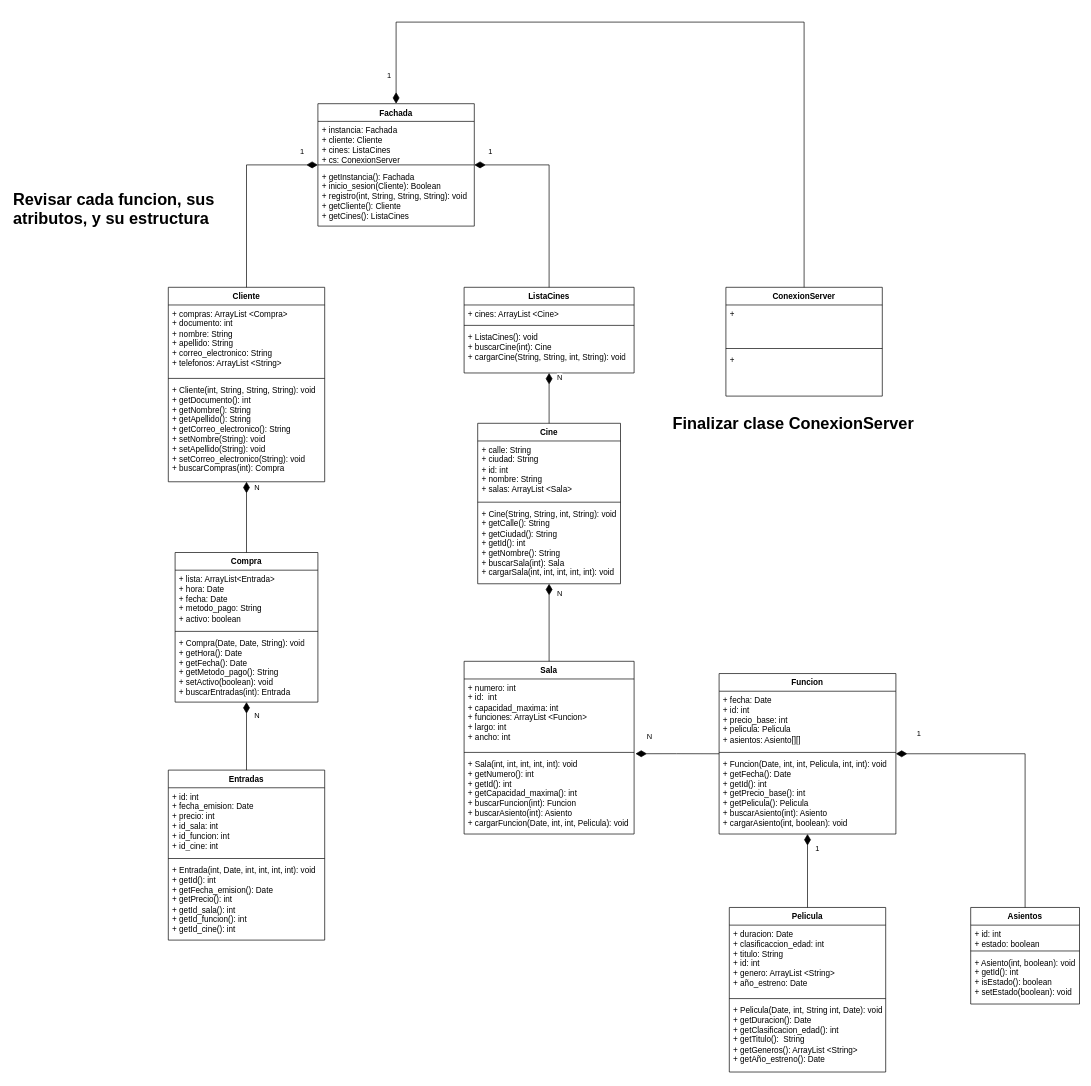
Above: Proyecto_UML.drawio in nXD643/Projecto-Final-Cine (draw.io), before the change. Source tidied: cells renumbered, new cells numbered last; positions are measured from the earlier drawing's top-left corner, leaving out a move shared by most shapes. Both pictures are drawn from the tidied source at 68%, with x=0, y=0 at pixel (12, 22).
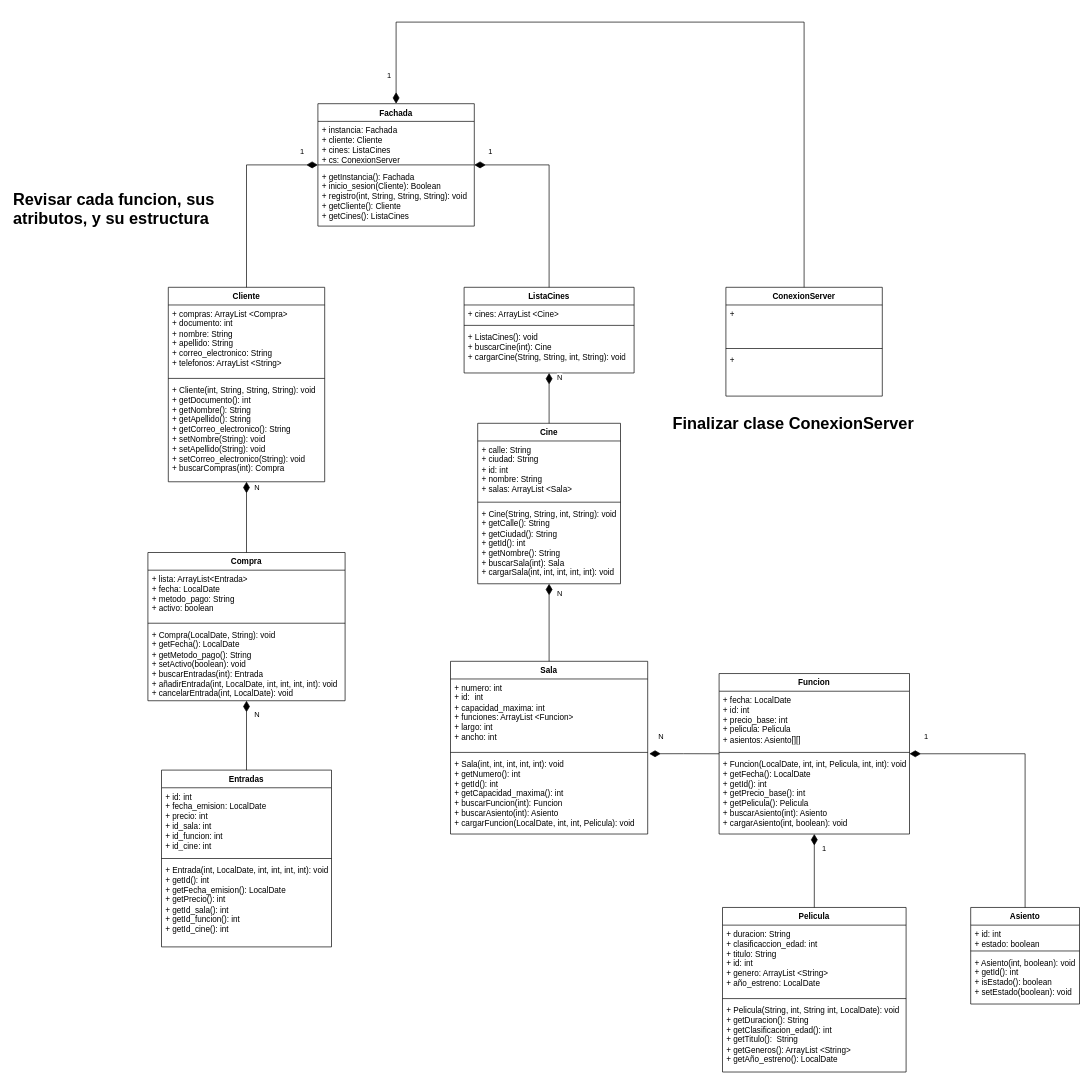
Above is the later version.

Commit message (it also covers changes not shown here):
Se agregan las las clases de la aplicacion para el usuario y se modifica el der y er

Diff of the diagram source:
```diff
@@
     <mxCell id="14" value="Sala" style="swimlane;fontStyle=1;align=center;verticalAlign=top;horizontal=1;startSize=26;whiteSpace=wrap;html=1;" parent="1" vertex="1">
-      <mxGeometry x="665" y="940" width="250" height="254" as="geometry" />
+      <mxGeometry x="645" y="940" width="290" height="254" as="geometry" />
     </mxCell>
     <mxCell id="15" value="+ numero: int&lt;div&gt;+ id:&amp;nbsp; int&lt;/div&gt;&lt;div&gt;+ capacidad_maxima: int&lt;/div&gt;&lt;div&gt;+ funciones: ArrayList &amp;lt;Funcion&amp;gt;&lt;/div&gt;&lt;div&gt;+ largo: int&lt;/div&gt;&lt;div&gt;+ ancho: int&lt;/div&gt;" style="text;strokeColor=none;fillColor=none;align=left;verticalAlign=top;spacingLeft=4;spacingRight=4;overflow=hidden;whiteSpace=wrap;html=1;" parent="14" vertex="1">
-      <mxGeometry y="26" width="250" height="104" as="geometry" />
+      <mxGeometry y="26" width="290" height="104" as="geometry" />
     </mxCell>
     <mxCell id="16" style="line;strokeWidth=1;fillColor=none;align=left;verticalAlign=middle;spacingTop=-1;spacingLeft=3;spacingRight=3;labelPosition=right;strokeColor=inherit;" parent="14" vertex="1">
-      <mxGeometry y="130" width="250" height="8" as="geometry" />
+      <mxGeometry y="130" width="290" height="8" as="geometry" />
     </mxCell>
-    <mxCell id="17" value="+ Sala(int, int, int, int, int): void&lt;div&gt;+ getNumero(): int&lt;/div&gt;&lt;div&gt;+ getId(): int&lt;/div&gt;&lt;div&gt;+ getCapacidad_maxima(): int&lt;/div&gt;&lt;div&gt;+ buscarFuncion(int): Funcion&lt;/div&gt;&lt;div&gt;+ buscarAsiento(int): Asiento&lt;/div&gt;&lt;div&gt;+ cargarFuncion(Date, int, int, Pelicula): void&lt;/div&gt;" style="text;strokeColor=none;fillColor=none;align=left;verticalAlign=top;spacingLeft=4;spacingRight=4;overflow=hidden;points=[[0,0.5],[1,0.5]];portConstraint=eastwest;whiteSpace=wrap;html=1;" parent="14" vertex="1">
-      <mxGeometry y="138" width="250" height="116" as="geometry" />
+    <mxCell id="17" value="+ Sala(int, int, int, int, int): void&lt;div&gt;+ getNumero(): int&lt;/div&gt;&lt;div&gt;+ getId(): int&lt;/div&gt;&lt;div&gt;+ getCapacidad_maxima(): int&lt;/div&gt;&lt;div&gt;+ buscarFuncion(int): Funcion&lt;/div&gt;&lt;div&gt;+ buscarAsiento(int): Asiento&lt;/div&gt;&lt;div&gt;+ cargarFuncion(LocalDate, int, int, Pelicula): void&lt;/div&gt;" style="text;strokeColor=none;fillColor=none;align=left;verticalAlign=top;spacingLeft=4;spacingRight=4;overflow=hidden;points=[[0,0.5],[1,0.5]];portConstraint=eastwest;whiteSpace=wrap;html=1;" parent="14" vertex="1">
+      <mxGeometry y="138" width="290" height="116" as="geometry" />
     </mxCell>
     <mxCell id="18" value="Funcion" style="swimlane;fontStyle=1;align=center;verticalAlign=top;horizontal=1;startSize=26;whiteSpace=wrap;html=1;" parent="1" vertex="1">
-      <mxGeometry x="1040" y="958" width="260" height="236" as="geometry" />
+      <mxGeometry x="1040" y="958" width="280" height="236" as="geometry" />
     </mxCell>
-    <mxCell id="19" value="+ fecha: Date&lt;div&gt;+ id: int&lt;/div&gt;&lt;div&gt;+ precio_base: int&lt;/div&gt;&lt;div&gt;+ pelicula: Pelicula&lt;/div&gt;&lt;div&gt;+ asientos: Asiento[][]&lt;/div&gt;" style="text;strokeColor=none;fillColor=none;align=left;verticalAlign=top;spacingLeft=4;spacingRight=4;overflow=hidden;whiteSpace=wrap;html=1;" parent="18" vertex="1">
-      <mxGeometry y="26" width="260" height="86" as="geometry" />
+    <mxCell id="19" value="+ fecha: LocalDate&lt;div&gt;+ id: int&lt;/div&gt;&lt;div&gt;+ precio_base: int&lt;/div&gt;&lt;div&gt;+ pelicula: Pelicula&lt;/div&gt;&lt;div&gt;+ asientos: Asiento[][]&lt;/div&gt;" style="text;strokeColor=none;fillColor=none;align=left;verticalAlign=top;spacingLeft=4;spacingRight=4;overflow=hidden;whiteSpace=wrap;html=1;" parent="18" vertex="1">
+      <mxGeometry y="26" width="280" height="86" as="geometry" />
     </mxCell>
     <mxCell id="20" style="line;strokeWidth=1;fillColor=none;align=left;verticalAlign=middle;spacingTop=-1;spacingLeft=3;spacingRight=3;labelPosition=right;strokeColor=inherit;" parent="18" vertex="1">
-      <mxGeometry y="112" width="260" height="8" as="geometry" />
+      <mxGeometry y="112" width="280" height="8" as="geometry" />
     </mxCell>
-    <mxCell id="21" value="+ Funcion(Date, int, int, Pelicula, int, int): void&lt;div&gt;+ getFecha(): Date&lt;/div&gt;&lt;div&gt;+ getId(): int&lt;/div&gt;&lt;div&gt;+ getPrecio_base(): int&lt;/div&gt;&lt;div&gt;+ getPelicula(): Pelicula&lt;/div&gt;&lt;div&gt;+ buscarAsiento(int): Asiento&lt;/div&gt;&lt;div&gt;+ cargarAsiento(int, boolean): void&lt;/div&gt;" style="text;strokeColor=none;fillColor=none;align=left;verticalAlign=top;spacingLeft=4;spacingRight=4;overflow=hidden;whiteSpace=wrap;html=1;" parent="18" vertex="1">
-      <mxGeometry y="120" width="260" height="116" as="geometry" />
+    <mxCell id="21" value="+ Funcion(LocalDate, int, int, Pelicula, int, int): void&lt;div&gt;+ getFecha():&amp;nbsp;&lt;span style=&quot;background-color: transparent; color: light-dark(rgb(0, 0, 0), rgb(255, 255, 255));&quot;&gt;LocalDate&lt;/span&gt;&lt;/div&gt;&lt;div&gt;+ getId(): int&lt;/div&gt;&lt;div&gt;+ getPrecio_base(): int&lt;/div&gt;&lt;div&gt;+ getPelicula(): Pelicula&lt;/div&gt;&lt;div&gt;+ buscarAsiento(int): Asiento&lt;/div&gt;&lt;div&gt;+ cargarAsiento(int, boolean): void&lt;/div&gt;" style="text;strokeColor=none;fillColor=none;align=left;verticalAlign=top;spacingLeft=4;spacingRight=4;overflow=hidden;whiteSpace=wrap;html=1;" parent="18" vertex="1">
+      <mxGeometry y="120" width="280" height="116" as="geometry" />
     </mxCell>
-    <mxCell id="22" value="Asientos" style="swimlane;fontStyle=1;align=center;verticalAlign=top;horizontal=1;startSize=26;whiteSpace=wrap;html=1;" parent="1" vertex="1">
+    <mxCell id="22" value="Asiento" style="swimlane;fontStyle=1;align=center;verticalAlign=top;horizontal=1;startSize=26;whiteSpace=wrap;html=1;" parent="1" vertex="1">
       <mxGeometry x="1410" y="1302" width="160" height="142" as="geometry" />
     </mxCell>
@@
     <mxCell id="26" value="Pelicula" style="swimlane;fontStyle=1;align=center;verticalAlign=top;horizontal=1;startSize=26;whiteSpace=wrap;html=1;" parent="1" vertex="1">
-      <mxGeometry x="1055" y="1302" width="230" height="242" as="geometry" />
+      <mxGeometry x="1045" y="1302" width="270" height="242" as="geometry" />
     </mxCell>
-    <mxCell id="27" value="+ duracion: Date&lt;div&gt;+ clasificaccion_edad: int&lt;/div&gt;&lt;div&gt;+ titulo: String&lt;/div&gt;&lt;div&gt;+ id: int&lt;/div&gt;&lt;div&gt;+ genero: ArrayList &amp;lt;String&amp;gt;&lt;/div&gt;&lt;div&gt;+ año_estreno: Date&lt;/div&gt;" style="text;strokeColor=none;fillColor=none;align=left;verticalAlign=top;spacingLeft=4;spacingRight=4;overflow=hidden;whiteSpace=wrap;html=1;" parent="26" vertex="1">
-      <mxGeometry y="26" width="230" height="104" as="geometry" />
+    <mxCell id="27" value="+ duracion: String&lt;div&gt;+ clasificaccion_edad: int&lt;/div&gt;&lt;div&gt;+ titulo: String&lt;/div&gt;&lt;div&gt;+ id: int&lt;/div&gt;&lt;div&gt;+ genero: ArrayList &amp;lt;String&amp;gt;&lt;/div&gt;&lt;div&gt;+ año_estreno:&amp;nbsp;&lt;span style=&quot;background-color: transparent; color: light-dark(rgb(0, 0, 0), rgb(255, 255, 255));&quot;&gt;LocalDate&lt;/span&gt;&lt;/div&gt;" style="text;strokeColor=none;fillColor=none;align=left;verticalAlign=top;spacingLeft=4;spacingRight=4;overflow=hidden;whiteSpace=wrap;html=1;" parent="26" vertex="1">
+      <mxGeometry y="26" width="270" height="104" as="geometry" />
     </mxCell>
     <mxCell id="28" style="line;strokeWidth=1;fillColor=none;align=left;verticalAlign=middle;spacingTop=-1;spacingLeft=3;spacingRight=3;labelPosition=right;strokeColor=inherit;" parent="26" vertex="1">
-      <mxGeometry y="130" width="230" height="8" as="geometry" />
+      <mxGeometry y="130" width="270" height="8" as="geometry" />
     </mxCell>
-    <mxCell id="29" value="+ Pelicula(Date, int, String int, Date): void&lt;div&gt;+ getDuracion(): Date&lt;/div&gt;&lt;div&gt;+ getClasificacion_edad(): int&lt;/div&gt;&lt;div&gt;+ getTitulo():&amp;nbsp; String&lt;/div&gt;&lt;div&gt;+ getGeneros(): ArrayList &amp;lt;String&amp;gt;&lt;/div&gt;&lt;div&gt;+ getAño_estreno(): Date&lt;/div&gt;" style="text;strokeColor=none;fillColor=none;align=left;verticalAlign=top;spacingLeft=4;spacingRight=4;overflow=hidden;whiteSpace=wrap;html=1;" parent="26" vertex="1">
-      <mxGeometry y="138" width="230" height="104" as="geometry" />
+    <mxCell id="29" value="+ Pelicula(String, int, String int, LocalDate): void&lt;div&gt;+ getDuracion(): String&lt;/div&gt;&lt;div&gt;+ getClasificacion_edad(): int&lt;/div&gt;&lt;div&gt;+ getTitulo():&amp;nbsp; String&lt;/div&gt;&lt;div&gt;+ getGeneros(): ArrayList &amp;lt;String&amp;gt;&lt;/div&gt;&lt;div&gt;+ getAño_estreno():&amp;nbsp;&lt;span style=&quot;background-color: transparent; color: light-dark(rgb(0, 0, 0), rgb(255, 255, 255));&quot;&gt;LocalDate&lt;/span&gt;&lt;/div&gt;" style="text;strokeColor=none;fillColor=none;align=left;verticalAlign=top;spacingLeft=4;spacingRight=4;overflow=hidden;whiteSpace=wrap;html=1;" parent="26" vertex="1">
+      <mxGeometry y="138" width="270" height="104" as="geometry" />
     </mxCell>
@@
     <mxCell id="34" value="Compra" style="swimlane;fontStyle=1;align=center;verticalAlign=top;horizontal=1;startSize=26;whiteSpace=wrap;html=1;" parent="1" vertex="1">
-      <mxGeometry x="240" y="780" width="210" height="220" as="geometry" />
+      <mxGeometry x="200" y="780" width="290" height="218" as="geometry" />
     </mxCell>
-    <mxCell id="35" value="+ lista: ArrayList&amp;lt;Entrada&amp;gt;&lt;div&gt;+ hora: Date&lt;/div&gt;&lt;div&gt;+ fecha: Date&lt;/div&gt;&lt;div&gt;+ metodo_pago: String&lt;/div&gt;&lt;div&gt;+ activo: boolean&lt;/div&gt;" style="text;strokeColor=none;fillColor=none;align=left;verticalAlign=top;spacingLeft=4;spacingRight=4;overflow=hidden;whiteSpace=wrap;html=1;" parent="34" vertex="1">
-      <mxGeometry y="26" width="210" height="86" as="geometry" />
+    <mxCell id="35" value="+ lista: ArrayList&amp;lt;Entrada&amp;gt;&lt;div&gt;+ fecha: LocalDate&lt;/div&gt;&lt;div&gt;+ metodo_pago: String&lt;/div&gt;&lt;div&gt;+ activo: boolean&lt;/div&gt;" style="text;strokeColor=none;fillColor=none;align=left;verticalAlign=top;spacingLeft=4;spacingRight=4;overflow=hidden;whiteSpace=wrap;html=1;" parent="34" vertex="1">
+      <mxGeometry y="26" width="290" height="74" as="geometry" />
     </mxCell>
     <mxCell id="36" style="line;strokeWidth=1;fillColor=none;align=left;verticalAlign=middle;spacingTop=-1;spacingLeft=3;spacingRight=3;labelPosition=right;strokeColor=inherit;" parent="34" vertex="1">
-      <mxGeometry y="112" width="210" height="8" as="geometry" />
+      <mxGeometry y="100" width="290" height="8" as="geometry" />
     </mxCell>
-    <mxCell id="37" value="+ Compra(Date, Date, String): void&lt;div&gt;+ getHora(): Date&lt;/div&gt;&lt;div&gt;+ getFecha(): Date&lt;/div&gt;&lt;div&gt;+ getMetodo_pago(): String&lt;/div&gt;&lt;div&gt;+ setActivo(boolean): void&lt;/div&gt;&lt;div&gt;+ buscarEntradas(int): Entrada&lt;/div&gt;" style="text;strokeColor=none;fillColor=none;align=left;verticalAlign=top;spacingLeft=4;spacingRight=4;overflow=hidden;whiteSpace=wrap;html=1;" parent="34" vertex="1">
-      <mxGeometry y="120" width="210" height="100" as="geometry" />
+    <mxCell id="37" value="+ Compra(LocalDate, String): void&lt;div&gt;+ getFecha():&amp;nbsp;&lt;span style=&quot;background-color: transparent; color: light-dark(rgb(0, 0, 0), rgb(255, 255, 255));&quot;&gt;LocalDate&lt;/span&gt;&lt;/div&gt;&lt;div&gt;+ getMetodo_pago(): String&lt;/div&gt;&lt;div&gt;+ setActivo(boolean): void&lt;/div&gt;&lt;div&gt;+ buscarEntradas(int): Entrada&lt;/div&gt;&lt;div&gt;+ añadirEntrada(int, LocalDate, int, int, int, int): void&lt;/div&gt;&lt;div&gt;+ cancelarEntrada(int, LocalDate): void&lt;/div&gt;" style="text;strokeColor=none;fillColor=none;align=left;verticalAlign=top;spacingLeft=4;spacingRight=4;overflow=hidden;whiteSpace=wrap;html=1;" parent="34" vertex="1">
+      <mxGeometry y="108" width="290" height="110" as="geometry" />
     </mxCell>
     <mxCell id="38" value="Entradas" style="swimlane;fontStyle=1;align=center;verticalAlign=top;horizontal=1;startSize=26;whiteSpace=wrap;html=1;" parent="1" vertex="1">
-      <mxGeometry x="230" y="1100" width="230" height="250" as="geometry" />
+      <mxGeometry x="220" y="1100" width="250" height="260" as="geometry" />
     </mxCell>
-    <mxCell id="39" value="+ id: int&lt;div&gt;+ fecha_emision: Date&lt;/div&gt;&lt;div&gt;+ precio: int&lt;/div&gt;&lt;div&gt;+ id_sala: int&lt;/div&gt;&lt;div&gt;+ id_funcion: int&lt;/div&gt;&lt;div&gt;+ id_cine: int&lt;/div&gt;" style="text;strokeColor=none;fillColor=none;align=left;verticalAlign=top;spacingLeft=4;spacingRight=4;overflow=hidden;whiteSpace=wrap;html=1;" parent="38" vertex="1">
-      <mxGeometry y="26" width="230" height="100" as="geometry" />
+    <mxCell id="39" value="+ id: int&lt;div&gt;+ fecha_emision:&amp;nbsp;&lt;span style=&quot;background-color: transparent; color: light-dark(rgb(0, 0, 0), rgb(255, 255, 255));&quot;&gt;LocalDate&lt;/span&gt;&lt;/div&gt;&lt;div&gt;+ precio: int&lt;/div&gt;&lt;div&gt;+ id_sala: int&lt;/div&gt;&lt;div&gt;+ id_funcion: int&lt;/div&gt;&lt;div&gt;+ id_cine: int&lt;/div&gt;" style="text;strokeColor=none;fillColor=none;align=left;verticalAlign=top;spacingLeft=4;spacingRight=4;overflow=hidden;whiteSpace=wrap;html=1;" parent="38" vertex="1">
+      <mxGeometry y="26" width="250" height="100" as="geometry" />
     </mxCell>
     <mxCell id="40" style="line;strokeWidth=1;fillColor=none;align=left;verticalAlign=middle;spacingTop=-1;spacingLeft=3;spacingRight=3;labelPosition=right;strokeColor=inherit;" parent="38" vertex="1">
-      <mxGeometry y="126" width="230" height="8" as="geometry" />
+      <mxGeometry y="126" width="250" height="8" as="geometry" />
     </mxCell>
-    <mxCell id="41" value="+ Entrada(int, Date, int, int, int, int): void&lt;div&gt;+ getId(): int&lt;/div&gt;&lt;div&gt;+ getFecha_emision(): Date&lt;/div&gt;&lt;div&gt;+ getPrecio(): int&lt;/div&gt;&lt;div&gt;+ getId_sala(): int&lt;/div&gt;&lt;div&gt;+ getId_funcion(): int&lt;/div&gt;&lt;div&gt;+ getId_cine(): int&lt;/div&gt;" style="text;strokeColor=none;fillColor=none;align=left;verticalAlign=top;spacingLeft=4;spacingRight=4;overflow=hidden;whiteSpace=wrap;html=1;" parent="38" vertex="1">
-      <mxGeometry y="134" width="230" height="116" as="geometry" />
+    <mxCell id="41" value="+ Entrada(int, LocalDate, int, int, int, int): void&lt;div&gt;+ getId(): int&lt;/div&gt;&lt;div&gt;+ getFecha_emision():&amp;nbsp;&lt;span style=&quot;background-color: transparent; color: light-dark(rgb(0, 0, 0), rgb(255, 255, 255));&quot;&gt;LocalDate&lt;/span&gt;&lt;/div&gt;&lt;div&gt;+ getPrecio(): int&lt;/div&gt;&lt;div&gt;+ getId_sala(): int&lt;/div&gt;&lt;div&gt;+ getId_funcion(): int&lt;/div&gt;&lt;div&gt;+ getId_cine(): int&lt;/div&gt;" style="text;strokeColor=none;fillColor=none;align=left;verticalAlign=top;spacingLeft=4;spacingRight=4;overflow=hidden;whiteSpace=wrap;html=1;" parent="38" vertex="1">
+      <mxGeometry y="134" width="250" height="126" as="geometry" />
     </mxCell>
@@
     <mxCell id="49" value="1" style="endArrow=none;html=1;endSize=12;startArrow=diamondThin;startSize=14;startFill=1;edgeStyle=orthogonalEdgeStyle;align=left;verticalAlign=bottom;rounded=0;endFill=0;entryX=0.5;entryY=0;entryDx=0;entryDy=0;exitX=1;exitY=0.5;exitDx=0;exitDy=0;" parent="1" edge="1" source="18" target="22">
-      <mxGeometry x="-0.86" y="20" relative="1" as="geometry">
+      <mxGeometry x="-0.9" y="16" relative="1" as="geometry">
         <Array as="points">
           <mxPoint x="1490" y="1076" />
         </Array>
       </mxGeometry>
     </mxCell>
```
